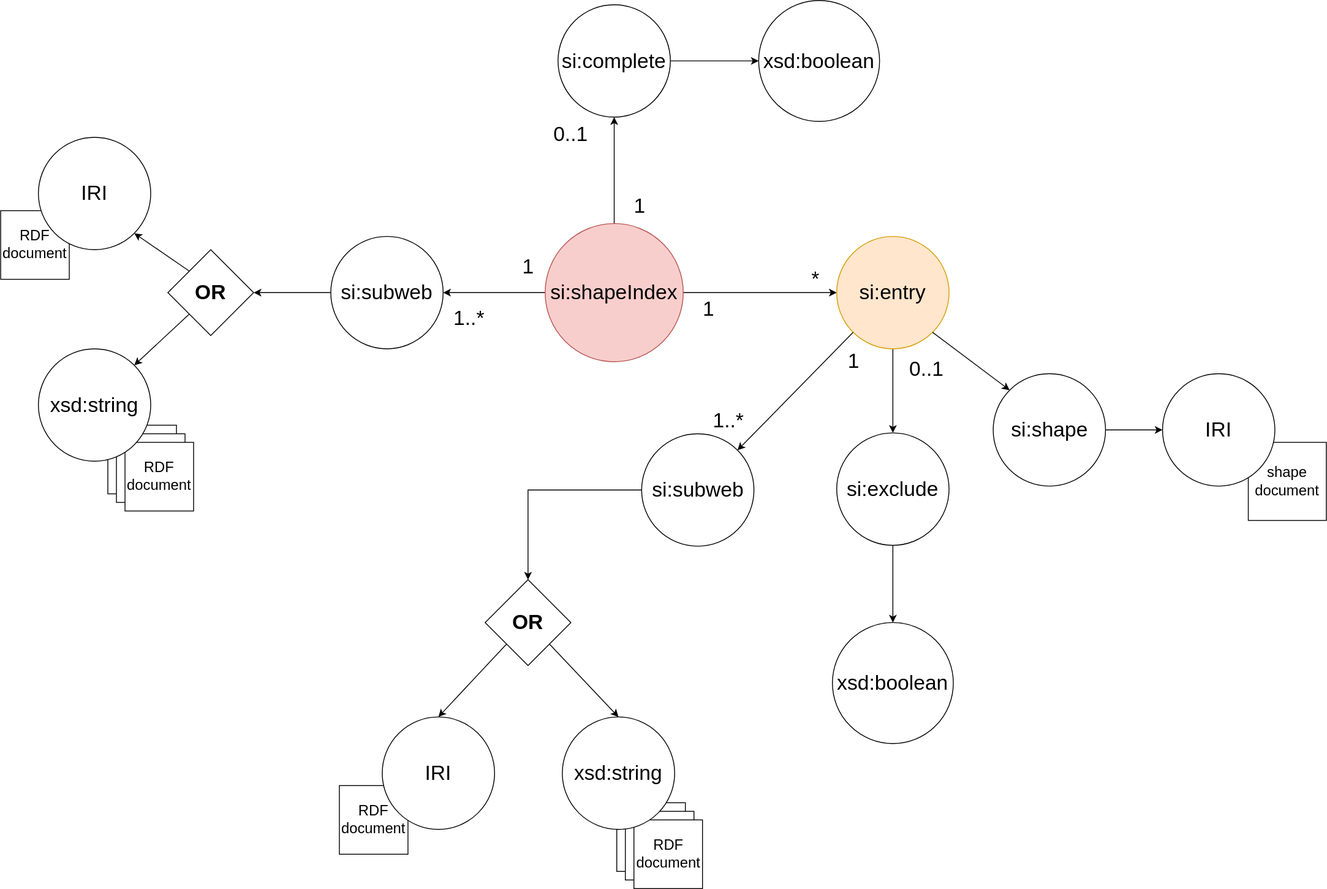
Earlier version of the draw.io export figure/schema.drawio.svg (constraintAutomaton/shape-index-specification). Source tidied: cells renumbered, new cells last; positions are measured from the earlier drawing's top-left corner, leaving out a move shared by most shapes.
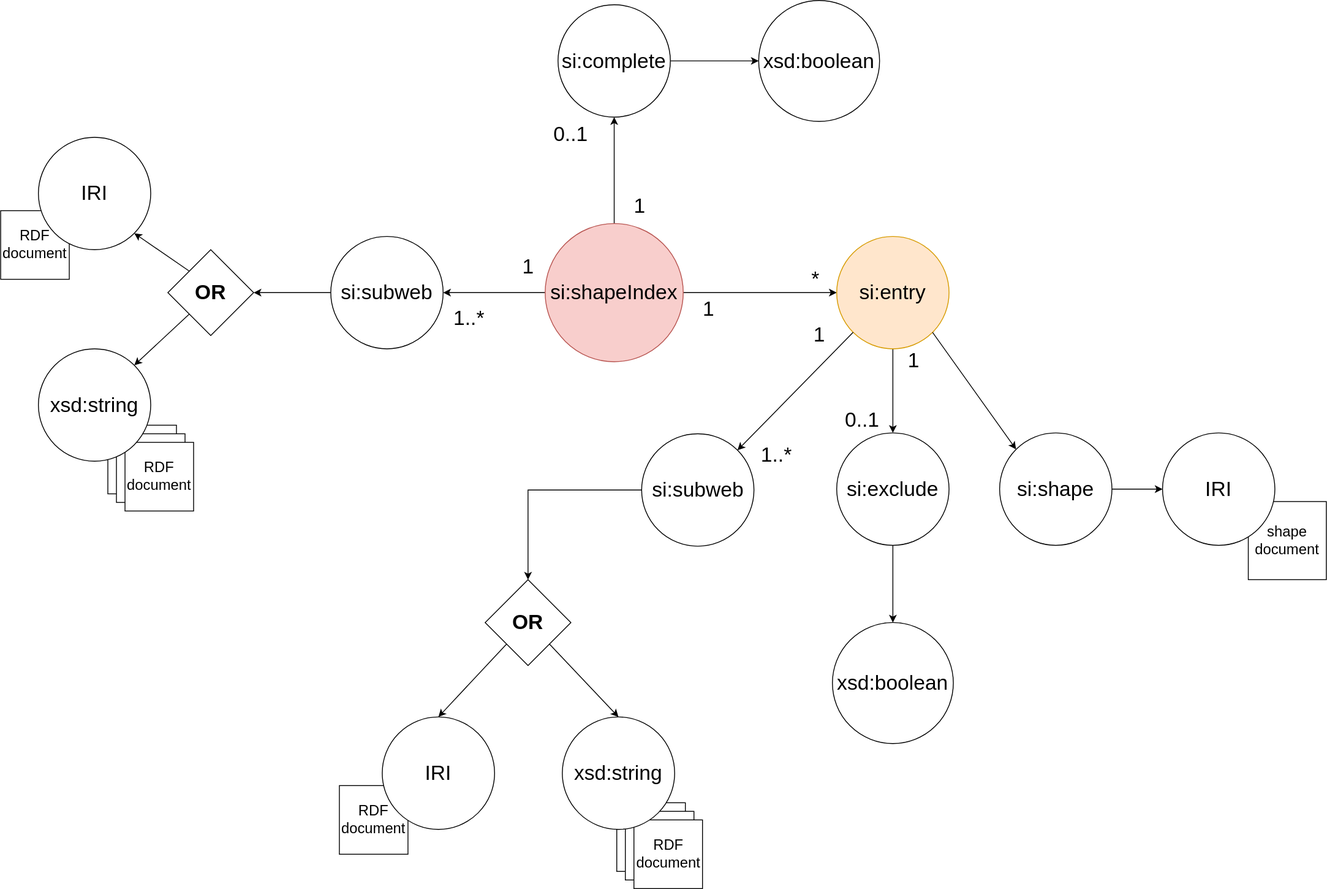
The same file after the commit.

Commit message:
fix the cardinality of the figure

Diff of the diagram source:
```diff
@@ -33,19 +33,19 @@
       <mxGeometry relative="1" as="geometry" />
     </mxCell>
     <mxCell id="12" value="si:shape" style="ellipse;whiteSpace=wrap;html=1;fontSize=24;" parent="1" vertex="1">
-      <mxGeometry x="1157.5" y="435" width="131" height="131" as="geometry" />
+      <mxGeometry x="1165" y="504" width="131" height="131" as="geometry" />
     </mxCell>
     <mxCell id="13" value="*" style="text;html=1;align=center;verticalAlign=middle;strokeColor=none;fillColor=none;fontSize=24;" parent="1" vertex="1">
       <mxGeometry x="935" y="305" width="30" height="40" as="geometry" />
     </mxCell>
     <mxCell id="14" value="1..*" style="text;html=1;align=center;verticalAlign=middle;whiteSpace=wrap;rounded=0;fontSize=24;" parent="1" vertex="1">
-      <mxGeometry x="818.5" y="475" width="60" height="30" as="geometry" />
+      <mxGeometry x="875" y="515" width="60" height="30" as="geometry" />
     </mxCell>
     <mxCell id="15" value="1" style="text;html=1;align=center;verticalAlign=middle;whiteSpace=wrap;rounded=0;fontSize=24;" parent="1" vertex="1">
-      <mxGeometry x="965" y="406" width="60" height="30" as="geometry" />
+      <mxGeometry x="924.5" y="375" width="60" height="30" as="geometry" />
     </mxCell>
     <mxCell id="16" value="&lt;font style=&quot;font-size: 17px;&quot;&gt;shape document&lt;/font&gt;" style="whiteSpace=wrap;html=1;fontSize=17;" parent="1" vertex="1">
-      <mxGeometry x="1455" y="515" width="91" height="91" as="geometry" />
+      <mxGeometry x="1455" y="584" width="91" height="91" as="geometry" />
     </mxCell>
     <mxCell id="17" style="whiteSpace=wrap;html=1;fontSize=17;" parent="1" vertex="1">
       <mxGeometry x="718.5" y="935" width="80" height="80" as="geometry" />
@@ -63,7 +63,7 @@
       <mxGeometry x="975" y="504" width="131" height="131" as="geometry" />
     </mxCell>
     <mxCell id="22" value="&lt;font style=&quot;font-size: 24px;&quot;&gt;0..1&lt;/font&gt;" style="text;html=1;align=center;verticalAlign=middle;whiteSpace=wrap;rounded=0;" parent="1" vertex="1">
-      <mxGeometry x="1050" y="415" width="60" height="30" as="geometry" />
+      <mxGeometry x="975" y="474" width="60" height="30" as="geometry" />
     </mxCell>
     <mxCell id="23" style="edgeStyle=orthogonalEdgeStyle;rounded=0;jettySize=auto;html=1;" parent="1" edge="1" source="24" target="25">
       <mxGeometry relative="1" as="geometry" />
@@ -135,7 +135,7 @@
       <mxGeometry relative="1" as="geometry" />
     </mxCell>
     <mxCell id="46" value="IRI" style="ellipse;whiteSpace=wrap;html=1;fontSize=24;" parent="1" vertex="1">
-      <mxGeometry x="1355" y="435" width="131" height="131" as="geometry" />
+      <mxGeometry x="1355" y="504" width="131" height="131" as="geometry" />
     </mxCell>
     <mxCell id="47" style="whiteSpace=wrap;html=1;fontSize=17;" parent="1" vertex="1">
       <mxGeometry x="125" y="495" width="80" height="80" as="geometry" />
@@ -149,5 +149,8 @@
     <mxCell id="50" value="xsd:string" style="ellipse;whiteSpace=wrap;html=1;fontSize=24;" parent="1" vertex="1">
       <mxGeometry x="44" y="406" width="131" height="131" as="geometry" />
     </mxCell>
+    <mxCell id="51" value="1" style="text;html=1;align=center;verticalAlign=middle;whiteSpace=wrap;rounded=0;fontSize=24;" parent="1" vertex="1">
+      <mxGeometry x="1035" y="405" width="60" height="30" as="geometry" />
+    </mxCell>
   </root>
 </mxGraphModel>
```
